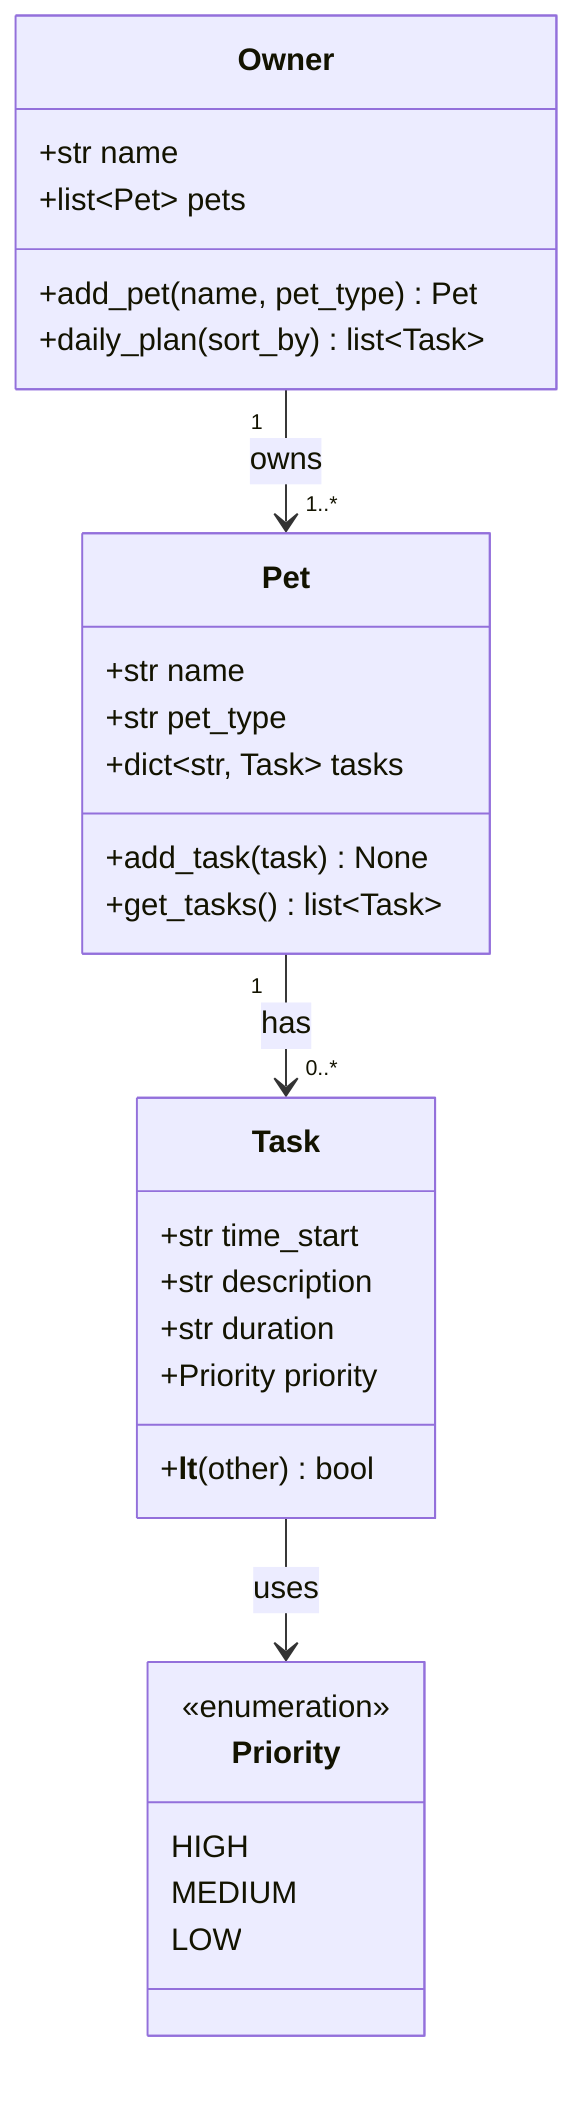
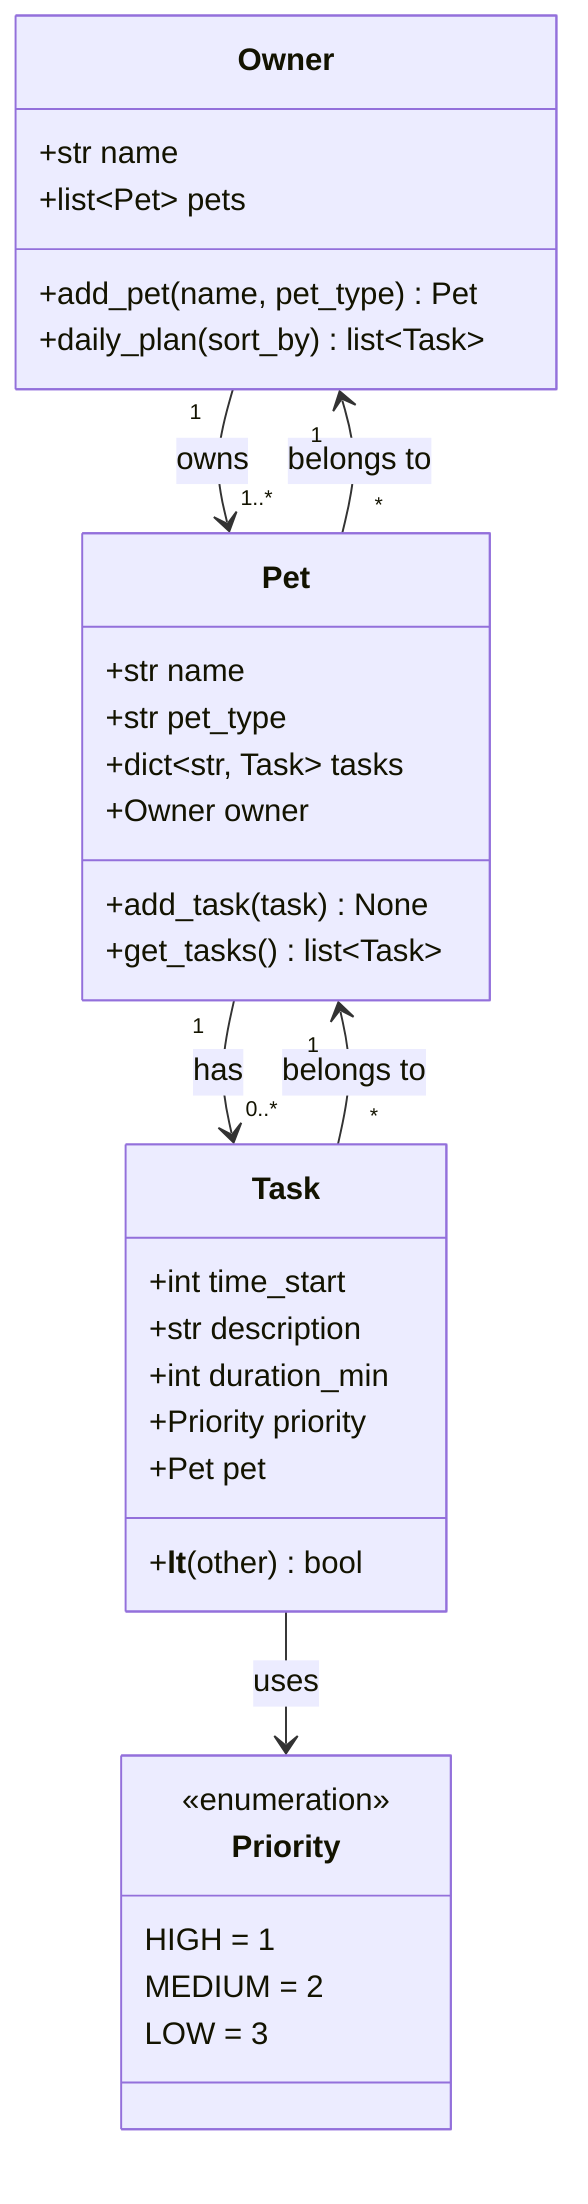
classDiagram
    %% PawPal+ class design based on brainstorm.
    %% Owner has 1..* Pets; each Pet has 0..* Tasks.

    class Owner {
        +str name
        +list~Pet~ pets
        +add_pet(name, pet_type) Pet
        +daily_plan(sort_by) list~Task~
    }

+     class Priority {
+         <<enumeration>>
+         HIGH = 1
+         MEDIUM = 2
+         LOW = 3
+     }
+ 
    class Pet {
        +str name
        +str pet_type
        +dict~str, Task~ tasks
+         +Owner owner
        +add_task(task) None
        +get_tasks() list~Task~
    }

    class Task {
-         +str time_start
+         +int time_start
        +str description
-         +str duration
+         +int duration_min
        +Priority priority
+         +Pet pet
        +__lt__(other) bool
-     }
- 
-     class Priority {
-         <<enumeration>>
-         HIGH
-         MEDIUM
-         LOW
    }

    Owner "1" --> "1..*" Pet : owns
    Pet "1" --> "0..*" Task : has
+     Pet "*" --> "1" Owner : belongs to
+     Task "*" --> "1" Pet : belongs to
    Task --> Priority : uses
